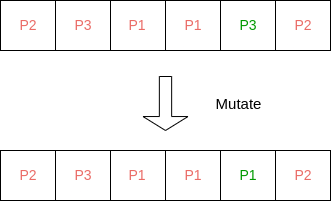
Above: Images/Schema/Mutate.drawio.png in gasparddannet/AI_Project (draw.io), before the change. Source tidied: cells renumbered, new cells last; positions are measured from the earlier drawing's top-left corner, leaving out a move shared by most shapes.
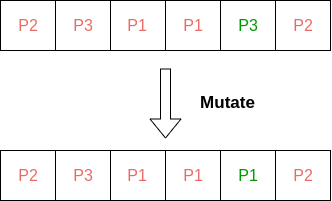
Above is the later version.

The edit, as a diff of the source:
```diff
@@ -2,65 +2,68 @@
   <root>
     <mxCell id="0" />
     <mxCell id="1" parent="0" />
-    <mxCell id="2" style="shape=process;whiteSpace=wrap;html=1;backgroundOutline=1;size=0.5;" parent="1" vertex="1">
+    <mxCell id="2" style="shape=process;whiteSpace=wrap;html=1;backgroundOutline=1;size=0.5;fillColor=none;" parent="1" vertex="1">
       <mxGeometry width="110" height="50" as="geometry" />
     </mxCell>
-    <mxCell id="3" style="shape=process;whiteSpace=wrap;html=1;backgroundOutline=1;size=0.5;align=center;" parent="1" vertex="1">
+    <mxCell id="3" style="shape=process;whiteSpace=wrap;html=1;backgroundOutline=1;size=0.5;align=center;fillColor=none;" parent="1" vertex="1">
       <mxGeometry x="110" width="110" height="50" as="geometry" />
     </mxCell>
-    <mxCell id="4" style="shape=process;whiteSpace=wrap;html=1;backgroundOutline=1;size=0.5;" parent="1" vertex="1">
+    <mxCell id="4" style="shape=process;whiteSpace=wrap;html=1;backgroundOutline=1;size=0.5;fillColor=none;" parent="1" vertex="1">
       <mxGeometry x="220" width="110" height="50" as="geometry" />
     </mxCell>
-    <mxCell id="5" style="shape=singleArrow;direction=south;whiteSpace=wrap;html=1;arrowWidth=0.273333740234375;arrowSize=0.2585859202375316;" parent="1" vertex="1">
-      <mxGeometry x="142.5" y="76" width="45" height="54" as="geometry" />
-    </mxCell>
-    <mxCell id="6" value="&lt;font style=&quot;font-size: 14px;&quot; color=&quot;#ea6b66&quot;&gt;P2&lt;/font&gt;" style="text;html=1;strokeColor=none;fillColor=none;align=center;verticalAlign=middle;whiteSpace=wrap;rounded=0;" parent="1" vertex="1">
+    <mxCell id="6" value="&lt;font style=&quot;font-size: 16px;&quot; color=&quot;#ea6b66&quot;&gt;P2&lt;/font&gt;" style="text;html=1;strokeColor=none;fillColor=none;align=center;verticalAlign=middle;whiteSpace=wrap;rounded=0;" parent="1" vertex="1">
       <mxGeometry x="3" width="50" height="50" as="geometry" />
     </mxCell>
-    <mxCell id="7" value="&lt;font style=&quot;font-size: 14px;&quot; color=&quot;#ea6b66&quot;&gt;P3&lt;/font&gt;" style="text;html=1;strokeColor=none;fillColor=none;align=center;verticalAlign=middle;whiteSpace=wrap;rounded=0;" parent="1" vertex="1">
+    <mxCell id="7" value="&lt;font style=&quot;font-size: 16px;&quot; color=&quot;#ea6b66&quot;&gt;P3&lt;/font&gt;" style="text;html=1;strokeColor=none;fillColor=none;align=center;verticalAlign=middle;whiteSpace=wrap;rounded=0;" parent="1" vertex="1">
       <mxGeometry x="58" width="50" height="50" as="geometry" />
     </mxCell>
-    <mxCell id="8" value="&lt;font style=&quot;font-size: 14px;&quot; color=&quot;#ea6b66&quot;&gt;P1&lt;/font&gt;" style="text;html=1;strokeColor=none;fillColor=none;align=center;verticalAlign=middle;whiteSpace=wrap;rounded=0;" parent="1" vertex="1">
+    <mxCell id="8" value="&lt;font style=&quot;font-size: 16px;&quot; color=&quot;#ea6b66&quot;&gt;P1&lt;/font&gt;" style="text;html=1;strokeColor=none;fillColor=none;align=center;verticalAlign=middle;whiteSpace=wrap;rounded=0;" parent="1" vertex="1">
       <mxGeometry x="112" width="50" height="50" as="geometry" />
     </mxCell>
-    <mxCell id="9" value="&lt;font style=&quot;font-size: 14px;&quot; color=&quot;#ea6b66&quot;&gt;P1&lt;/font&gt;" style="text;html=1;strokeColor=none;fillColor=none;align=center;verticalAlign=middle;whiteSpace=wrap;rounded=0;" parent="1" vertex="1">
+    <mxCell id="9" value="&lt;font style=&quot;font-size: 16px;&quot; color=&quot;#ea6b66&quot;&gt;P1&lt;/font&gt;" style="text;html=1;strokeColor=none;fillColor=none;align=center;verticalAlign=middle;whiteSpace=wrap;rounded=0;" parent="1" vertex="1">
       <mxGeometry x="168" width="50" height="50" as="geometry" />
     </mxCell>
-    <mxCell id="10" value="&lt;font color=&quot;#009900&quot; style=&quot;font-size: 14px;&quot;&gt;P3&lt;/font&gt;" style="text;html=1;strokeColor=none;fillColor=none;align=center;verticalAlign=middle;whiteSpace=wrap;rounded=0;" parent="1" vertex="1">
+    <mxCell id="10" value="&lt;font color=&quot;#009900&quot; style=&quot;font-size: 16px;&quot;&gt;P3&lt;/font&gt;" style="text;html=1;strokeColor=none;fillColor=none;align=center;verticalAlign=middle;whiteSpace=wrap;rounded=0;" parent="1" vertex="1">
       <mxGeometry x="223" width="50" height="50" as="geometry" />
     </mxCell>
-    <mxCell id="11" value="&lt;font style=&quot;font-size: 14px;&quot; color=&quot;#ea6b66&quot;&gt;P2&lt;/font&gt;" style="text;html=1;strokeColor=none;fillColor=none;align=center;verticalAlign=middle;whiteSpace=wrap;rounded=0;" parent="1" vertex="1">
+    <mxCell id="11" value="&lt;font style=&quot;font-size: 16px;&quot; color=&quot;#ea6b66&quot;&gt;P2&lt;/font&gt;" style="text;html=1;strokeColor=none;fillColor=none;align=center;verticalAlign=middle;whiteSpace=wrap;rounded=0;" parent="1" vertex="1">
       <mxGeometry x="278" width="50" height="50" as="geometry" />
     </mxCell>
-    <mxCell id="12" value="&lt;font style=&quot;font-size: 15px;&quot;&gt;Mutate&lt;/font&gt;" style="text;html=1;strokeColor=none;fillColor=none;align=center;verticalAlign=middle;whiteSpace=wrap;rounded=0;" parent="1" vertex="1">
-      <mxGeometry x="187.5" y="88" width="100.5" height="30" as="geometry" />
+    <mxCell id="12" value="&lt;font size=&quot;1&quot; style=&quot;&quot;&gt;&lt;b style=&quot;font-size: 17px;&quot;&gt;Mutate&lt;/b&gt;&lt;/font&gt;" style="text;html=1;strokeColor=none;fillColor=none;align=center;verticalAlign=middle;whiteSpace=wrap;rounded=0;" parent="1" vertex="1">
+      <mxGeometry x="177.5" y="88" width="100.5" height="30" as="geometry" />
     </mxCell>
-    <mxCell id="13" style="shape=process;whiteSpace=wrap;html=1;backgroundOutline=1;size=0.5;" parent="1" vertex="1">
+    <mxCell id="13" style="shape=process;whiteSpace=wrap;html=1;backgroundOutline=1;size=0.5;fillColor=none;" parent="1" vertex="1">
       <mxGeometry y="150" width="110" height="50" as="geometry" />
     </mxCell>
-    <mxCell id="14" style="shape=process;whiteSpace=wrap;html=1;backgroundOutline=1;size=0.5;align=center;" parent="1" vertex="1">
+    <mxCell id="14" style="shape=process;whiteSpace=wrap;html=1;backgroundOutline=1;size=0.5;align=center;fillColor=none;" parent="1" vertex="1">
       <mxGeometry x="110" y="150" width="110" height="50" as="geometry" />
     </mxCell>
-    <mxCell id="15" style="shape=process;whiteSpace=wrap;html=1;backgroundOutline=1;size=0.5;" parent="1" vertex="1">
+    <mxCell id="15" style="shape=process;whiteSpace=wrap;html=1;backgroundOutline=1;size=0.5;fillColor=none;" parent="1" vertex="1">
       <mxGeometry x="220" y="150" width="110" height="50" as="geometry" />
     </mxCell>
-    <mxCell id="16" value="&lt;font style=&quot;font-size: 14px;&quot; color=&quot;#ea6b66&quot;&gt;P2&lt;/font&gt;" style="text;html=1;strokeColor=none;fillColor=none;align=center;verticalAlign=middle;whiteSpace=wrap;rounded=0;" parent="1" vertex="1">
+    <mxCell id="16" value="&lt;font style=&quot;font-size: 16px;&quot; color=&quot;#ea6b66&quot;&gt;P2&lt;/font&gt;" style="text;html=1;strokeColor=none;fillColor=none;align=center;verticalAlign=middle;whiteSpace=wrap;rounded=0;" parent="1" vertex="1">
       <mxGeometry x="3" y="150" width="50" height="50" as="geometry" />
     </mxCell>
-    <mxCell id="17" value="&lt;font style=&quot;font-size: 14px;&quot; color=&quot;#ea6b66&quot;&gt;P3&lt;/font&gt;" style="text;html=1;strokeColor=none;fillColor=none;align=center;verticalAlign=middle;whiteSpace=wrap;rounded=0;" parent="1" vertex="1">
+    <mxCell id="17" value="&lt;font style=&quot;font-size: 16px;&quot; color=&quot;#ea6b66&quot;&gt;P3&lt;/font&gt;" style="text;html=1;strokeColor=none;fillColor=none;align=center;verticalAlign=middle;whiteSpace=wrap;rounded=0;" parent="1" vertex="1">
       <mxGeometry x="58" y="150" width="50" height="50" as="geometry" />
     </mxCell>
-    <mxCell id="18" value="&lt;font style=&quot;font-size: 14px;&quot; color=&quot;#ea6b66&quot;&gt;P1&lt;/font&gt;" style="text;html=1;strokeColor=none;fillColor=none;align=center;verticalAlign=middle;whiteSpace=wrap;rounded=0;" parent="1" vertex="1">
+    <mxCell id="18" value="&lt;font style=&quot;font-size: 16px;&quot; color=&quot;#ea6b66&quot;&gt;P1&lt;/font&gt;" style="text;html=1;strokeColor=none;fillColor=none;align=center;verticalAlign=middle;whiteSpace=wrap;rounded=0;" parent="1" vertex="1">
       <mxGeometry x="112" y="150" width="50" height="50" as="geometry" />
     </mxCell>
-    <mxCell id="19" value="&lt;font style=&quot;font-size: 14px;&quot; color=&quot;#ea6b66&quot;&gt;P1&lt;/font&gt;" style="text;html=1;strokeColor=none;fillColor=none;align=center;verticalAlign=middle;whiteSpace=wrap;rounded=0;" parent="1" vertex="1">
+    <mxCell id="19" value="&lt;font style=&quot;font-size: 16px;&quot; color=&quot;#ea6b66&quot;&gt;P1&lt;/font&gt;" style="text;html=1;strokeColor=none;fillColor=none;align=center;verticalAlign=middle;whiteSpace=wrap;rounded=0;" parent="1" vertex="1">
       <mxGeometry x="168" y="150" width="50" height="50" as="geometry" />
     </mxCell>
-    <mxCell id="20" value="&lt;font color=&quot;#009900&quot; style=&quot;font-size: 14px;&quot;&gt;P1&lt;/font&gt;" style="text;html=1;strokeColor=none;fillColor=none;align=center;verticalAlign=middle;whiteSpace=wrap;rounded=0;" parent="1" vertex="1">
+    <mxCell id="20" value="&lt;font color=&quot;#009900&quot; style=&quot;font-size: 16px;&quot;&gt;P1&lt;/font&gt;" style="text;html=1;strokeColor=none;fillColor=none;align=center;verticalAlign=middle;whiteSpace=wrap;rounded=0;" parent="1" vertex="1">
       <mxGeometry x="223" y="150" width="50" height="50" as="geometry" />
     </mxCell>
-    <mxCell id="21" value="&lt;font style=&quot;font-size: 14px;&quot; color=&quot;#ea6b66&quot;&gt;P2&lt;/font&gt;" style="text;html=1;strokeColor=none;fillColor=none;align=center;verticalAlign=middle;whiteSpace=wrap;rounded=0;" parent="1" vertex="1">
+    <mxCell id="21" value="&lt;font style=&quot;font-size: 16px;&quot; color=&quot;#ea6b66&quot;&gt;P2&lt;/font&gt;" style="text;html=1;strokeColor=none;fillColor=none;align=center;verticalAlign=middle;whiteSpace=wrap;rounded=0;" parent="1" vertex="1">
       <mxGeometry x="278" y="150" width="50" height="50" as="geometry" />
     </mxCell>
+    <mxCell id="22" style="shape=flexArrow;endArrow=classic;html=1;rounded=0;" parent="1" edge="1">
+      <mxGeometry relative="1" as="geometry">
+        <mxPoint x="165" y="68" as="sourcePoint" />
+        <mxPoint x="165" y="138" as="targetPoint" />
+      </mxGeometry>
+    </mxCell>
   </root>
 </mxGraphModel>
```
